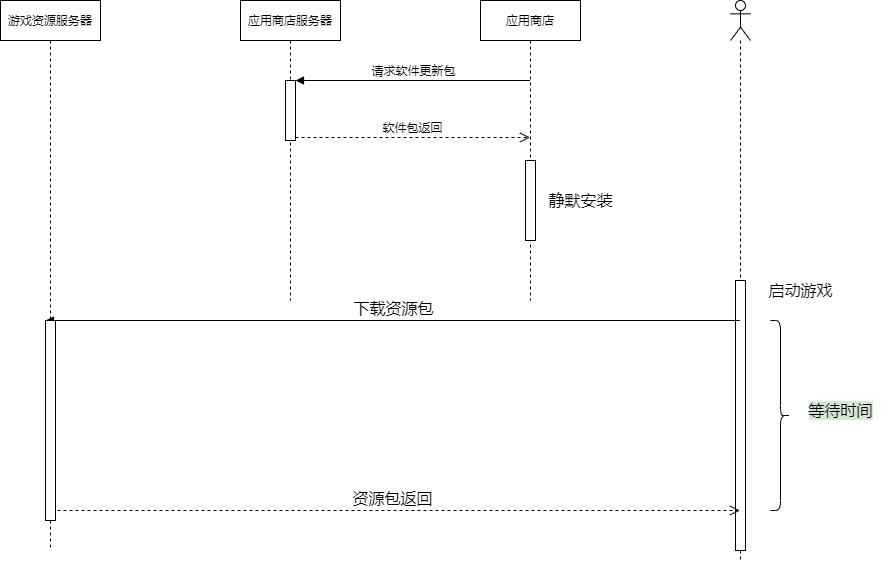
This is obb.png from craftsfish/design, a draw.io export, as it was before one commit. Source tidied: cells renumbered, new cells last; positions are measured from the earlier drawing's top-left corner, leaving out a move shared by most shapes. Source of this version:
```xml
<mxGraphModel>
  <root>
    <mxCell id="0" />
    <mxCell id="1" parent="0" />
    <mxCell id="2" value="应用商店服务器" style="shape=umlLifeline;perimeter=lifelinePerimeter;whiteSpace=wrap;html=1;" parent="1" vertex="1">
      <mxGeometry x="240" width="100" height="300" as="geometry" />
    </mxCell>
    <mxCell id="3" style="html=1;points=[];perimeter=orthogonalPerimeter;" parent="2" vertex="1">
      <mxGeometry x="45" y="80" width="10" height="60" as="geometry" />
    </mxCell>
    <mxCell id="4" value="游戏资源服务器" style="shape=umlLifeline;perimeter=lifelinePerimeter;whiteSpace=wrap;html=1;" parent="1" vertex="1">
      <mxGeometry width="100" height="550" as="geometry" />
    </mxCell>
    <mxCell id="5" value="应用商店" style="shape=umlLifeline;perimeter=lifelinePerimeter;whiteSpace=wrap;html=1;outlineConnect=0;" parent="1" vertex="1">
      <mxGeometry x="480" width="100" height="300" as="geometry" />
    </mxCell>
    <mxCell id="6" style="html=1;perimeter=orthogonalPerimeter;fontSize=16;" parent="5" vertex="1">
      <mxGeometry x="45" y="160" width="10" height="80" as="geometry" />
    </mxCell>
    <mxCell id="7" style="shape=umlLifeline;participant=umlActor;perimeter=lifelinePerimeter;whiteSpace=wrap;html=1;verticalAlign=top;spacingTop=36;outlineConnect=0;" parent="1" vertex="1">
      <mxGeometry x="730" width="20" height="560" as="geometry" />
    </mxCell>
    <mxCell id="8" style="html=1;perimeter=orthogonalPerimeter;fontSize=16;" parent="7" vertex="1">
      <mxGeometry x="5" y="280" width="10" height="270" as="geometry" />
    </mxCell>
    <mxCell id="9" value="请求软件更新包" style="html=1;verticalAlign=bottom;endArrow=block;entryX=1;entryY=0;" parent="1" edge="1" source="5" target="3">
      <mxGeometry relative="1" as="geometry" />
    </mxCell>
    <mxCell id="10" value="软件包返回" style="html=1;verticalAlign=bottom;endArrow=open;dashed=1;endSize=8;exitX=1;exitY=0.95;" parent="1" edge="1" source="3" target="5">
      <mxGeometry relative="1" as="geometry" />
    </mxCell>
    <mxCell id="11" value="静默安装" style="text;html=1;align=center;verticalAlign=middle;fontSize=16;" parent="1" vertex="1">
      <mxGeometry x="540" y="190" width="80" height="20" as="geometry" />
    </mxCell>
    <mxCell id="12" value="启动游戏" style="text;html=1;align=center;verticalAlign=middle;fontSize=16;" parent="1" vertex="1">
      <mxGeometry x="760" y="280" width="80" height="20" as="geometry" />
    </mxCell>
    <mxCell id="13" value="下载资源包" style="html=1;verticalAlign=bottom;endArrow=block;entryX=0;entryY=0;fontSize=16;" parent="1" edge="1" source="7" target="15">
      <mxGeometry relative="1" as="geometry" />
    </mxCell>
    <mxCell id="14" value="资源包返回" style="html=1;verticalAlign=bottom;endArrow=open;dashed=1;endSize=8;exitX=0;exitY=0.95;fontSize=16;" parent="1" edge="1" source="15" target="7">
      <mxGeometry relative="1" as="geometry" />
    </mxCell>
    <mxCell id="15" style="html=1;points=[];perimeter=orthogonalPerimeter;fontSize=16;" parent="1" vertex="1">
      <mxGeometry x="45" y="320" width="10" height="200" as="geometry" />
    </mxCell>
    <mxCell id="16" style="shape=curlyBracket;whiteSpace=wrap;html=1;rounded=1;fontSize=16;direction=west;" parent="1" vertex="1">
      <mxGeometry x="770" y="320" width="20" height="190" as="geometry" />
    </mxCell>
    <mxCell id="17" value="等待时间" style="text;html=1;align=center;verticalAlign=middle;fontSize=16;labelBackgroundColor=#D5E8D4;" parent="1" vertex="1">
      <mxGeometry x="800" y="400" width="80" height="20" as="geometry" />
    </mxCell>
  </root>
</mxGraphModel>
```
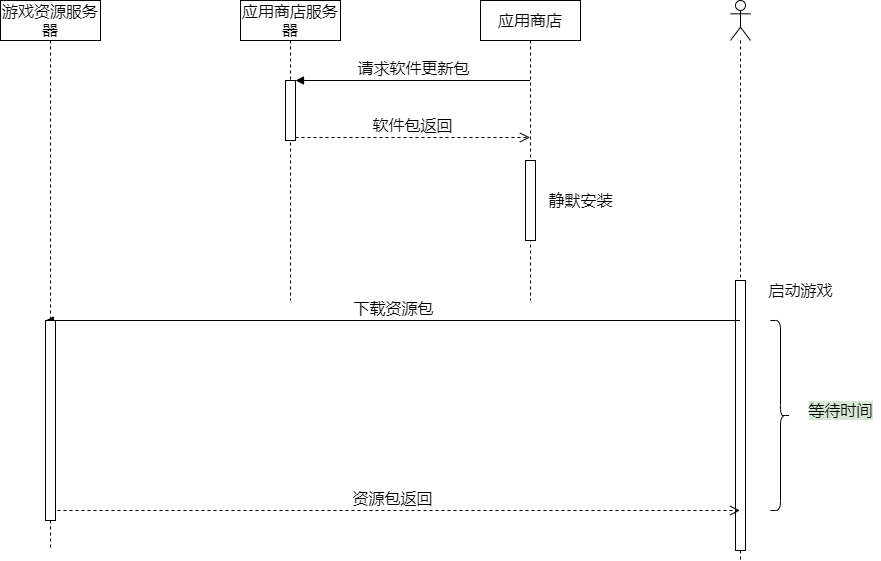
Later version of the same file.

The edit, as a diff of the source:
```diff
@@ -2,16 +2,16 @@
   <root>
     <mxCell id="0" />
     <mxCell id="1" parent="0" />
-    <mxCell id="2" value="应用商店服务器" style="shape=umlLifeline;perimeter=lifelinePerimeter;whiteSpace=wrap;html=1;" parent="1" vertex="1">
+    <mxCell id="2" value="应用商店服务器" style="shape=umlLifeline;perimeter=lifelinePerimeter;whiteSpace=wrap;html=1;fontSize=16;" parent="1" vertex="1">
       <mxGeometry x="240" width="100" height="300" as="geometry" />
     </mxCell>
     <mxCell id="3" style="html=1;points=[];perimeter=orthogonalPerimeter;" parent="2" vertex="1">
       <mxGeometry x="45" y="80" width="10" height="60" as="geometry" />
     </mxCell>
-    <mxCell id="4" value="游戏资源服务器" style="shape=umlLifeline;perimeter=lifelinePerimeter;whiteSpace=wrap;html=1;" parent="1" vertex="1">
+    <mxCell id="4" value="游戏资源服务器" style="shape=umlLifeline;perimeter=lifelinePerimeter;whiteSpace=wrap;html=1;fontSize=16;" parent="1" vertex="1">
       <mxGeometry width="100" height="550" as="geometry" />
     </mxCell>
-    <mxCell id="5" value="应用商店" style="shape=umlLifeline;perimeter=lifelinePerimeter;whiteSpace=wrap;html=1;outlineConnect=0;" parent="1" vertex="1">
+    <mxCell id="5" value="应用商店" style="shape=umlLifeline;perimeter=lifelinePerimeter;whiteSpace=wrap;html=1;outlineConnect=0;fontSize=16;" parent="1" vertex="1">
       <mxGeometry x="480" width="100" height="300" as="geometry" />
     </mxCell>
     <mxCell id="6" style="html=1;perimeter=orthogonalPerimeter;fontSize=16;" parent="5" vertex="1">
@@ -23,10 +23,10 @@
     <mxCell id="8" style="html=1;perimeter=orthogonalPerimeter;fontSize=16;" parent="7" vertex="1">
       <mxGeometry x="5" y="280" width="10" height="270" as="geometry" />
     </mxCell>
-    <mxCell id="9" value="请求软件更新包" style="html=1;verticalAlign=bottom;endArrow=block;entryX=1;entryY=0;" parent="1" edge="1" source="5" target="3">
+    <mxCell id="9" value="请求软件更新包" style="html=1;verticalAlign=bottom;endArrow=block;entryX=1;entryY=0;fontSize=16;" parent="1" edge="1" source="5" target="3">
       <mxGeometry relative="1" as="geometry" />
     </mxCell>
-    <mxCell id="10" value="软件包返回" style="html=1;verticalAlign=bottom;endArrow=open;dashed=1;endSize=8;exitX=1;exitY=0.95;" parent="1" edge="1" source="3" target="5">
+    <mxCell id="10" value="软件包返回" style="html=1;verticalAlign=bottom;endArrow=open;dashed=1;endSize=8;exitX=1;exitY=0.95;fontSize=16;" parent="1" edge="1" source="3" target="5">
       <mxGeometry relative="1" as="geometry" />
     </mxCell>
     <mxCell id="11" value="静默安装" style="text;html=1;align=center;verticalAlign=middle;fontSize=16;" parent="1" vertex="1">
```
